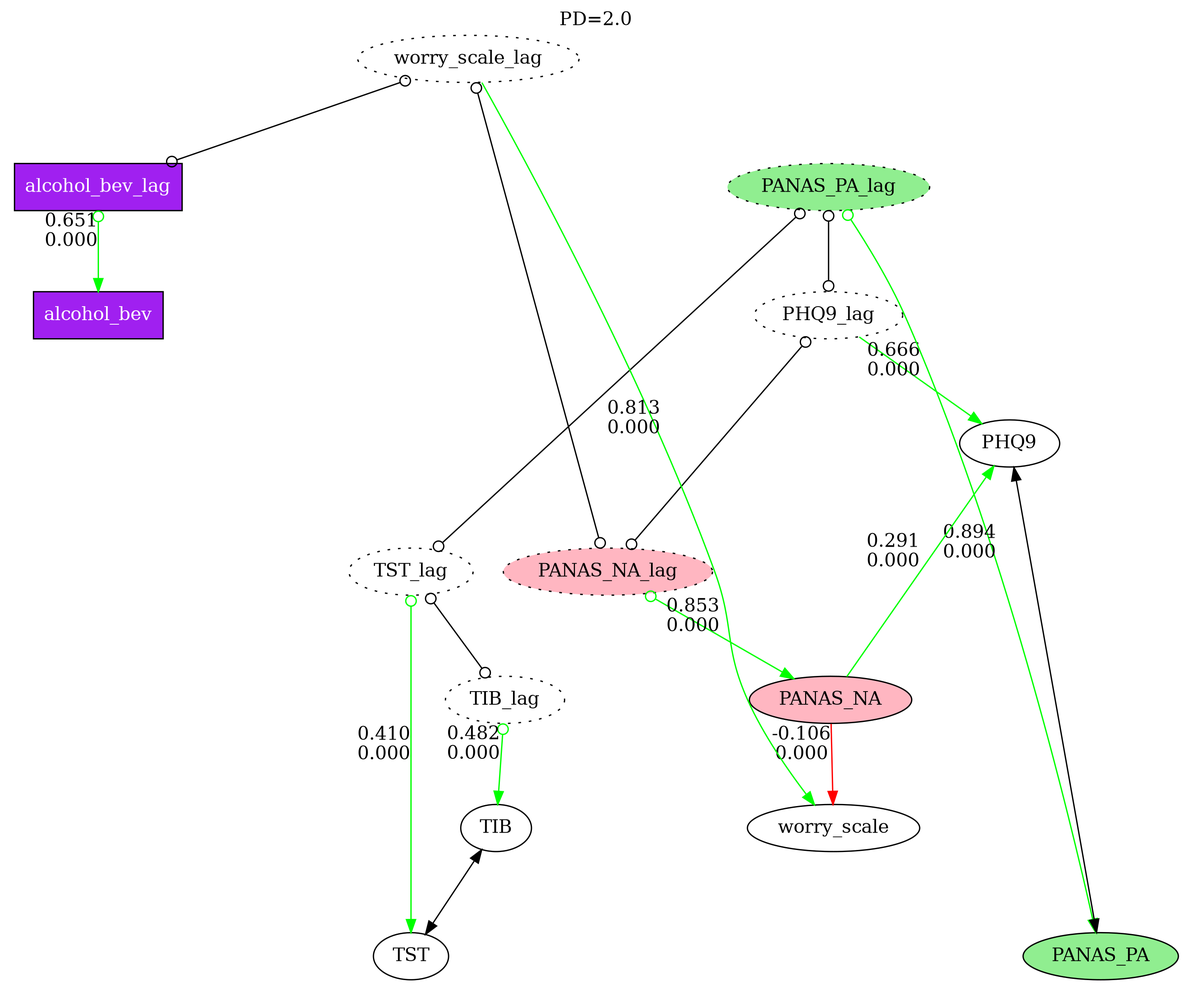
Before: paired_graph_pd2.png, a diagram exported from Graphviz (kelvinlim/fastcda). Its source is kept beside it as paired_graph_pd2.dot.
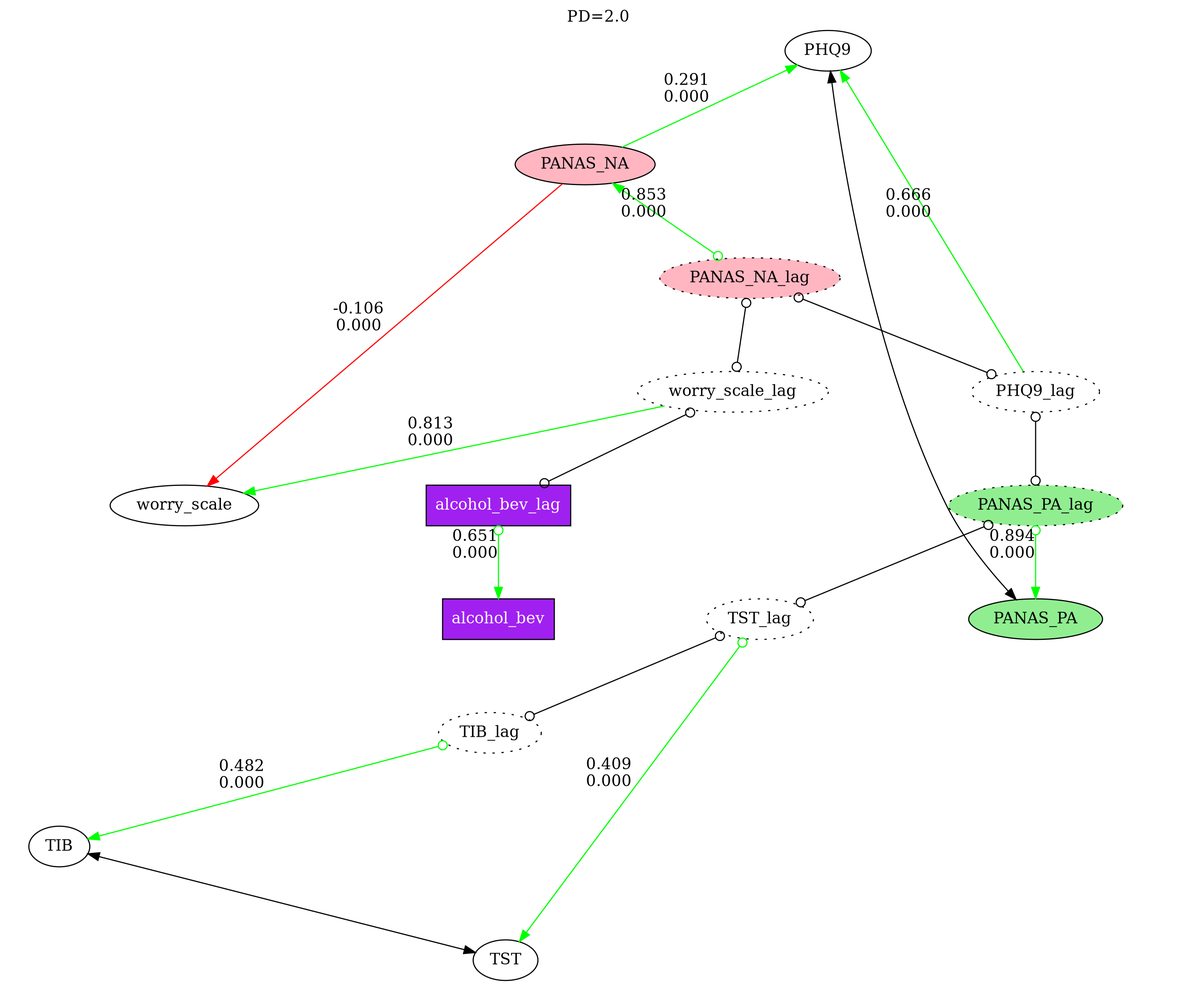
Above is the later version.

What changed in the source:
```diff
@@ -1,32 +1,32 @@
 digraph {
 	node [color=black shape=oval]
 	dpi=300
-	PHQ9_lag -> PANAS_PA_lag [label="" arrowhead=odot arrowtail=odot color=black dir=both]
-	PANAS_PA_lag -> PANAS_PA [label="0.894
+	worry_scale_lag -> worry_scale [label="0.813
+0.000" arrowhead=normal arrowtail=none color=green dir=both]
+	PHQ9_lag -> PANAS_NA_lag [label="" arrowhead=odot arrowtail=odot color=black dir=both]
+	TST_lag -> TIB_lag [label="" arrowhead=odot arrowtail=odot color=black dir=both]
+	TIB -> TST [label="" arrowhead=normal arrowtail=normal color=black dir=both]
+	PANAS_PA -> PHQ9 [label="" arrowhead=normal arrowtail=normal color=black dir=both]
+	PHQ9_lag -> PHQ9 [label="0.666
+0.000" arrowhead=normal arrowtail=none color=green dir=both]
+	PANAS_PA_lag -> PHQ9_lag [label="" arrowhead=odot arrowtail=odot color=black dir=both]
+	TIB_lag -> TIB [label="0.482
 0.000" arrowhead=normal arrowtail=odot color=green dir=both]
 	alcohol_bev_lag -> alcohol_bev [label="0.651
 0.000" arrowhead=normal arrowtail=odot color=green dir=both]
+	PANAS_NA_lag -> worry_scale_lag [label="" arrowhead=odot arrowtail=odot color=black dir=both]
+	PANAS_NA -> worry_scale [label="-0.106
+0.000" arrowhead=normal arrowtail=none color=red dir=both]
+	PANAS_NA_lag -> PANAS_NA [label="0.853
+0.000" arrowhead=normal arrowtail=odot color=green dir=both]
+	TST_lag -> TST [label="0.409
+0.000" arrowhead=normal arrowtail=odot color=green dir=both]
+	worry_scale_lag -> alcohol_bev_lag [label="" arrowhead=odot arrowtail=odot color=black dir=both]
 	PANAS_NA -> PHQ9 [label="0.291
 0.000" arrowhead=normal arrowtail=none color=green dir=both]
-	PANAS_NA -> worry_scale [label="-0.106
-0.000" arrowhead=normal arrowtail=none color=red dir=both]
-	TIB_lag -> TIB [label="0.482
+	PANAS_PA_lag -> TST_lag [label="" arrowhead=odot arrowtail=odot color=black dir=both]
+	PANAS_PA_lag -> PANAS_PA [label="0.894
 0.000" arrowhead=normal arrowtail=odot color=green dir=both]
-	TST_lag -> TST [label="0.410
-0.000" arrowhead=normal arrowtail=odot color=green dir=both]
-	TIB -> TST [label="" arrowhead=normal arrowtail=normal color=black dir=both]
-	PANAS_NA_lag -> PANAS_NA [label="0.853
-0.000" arrowhead=normal arrowtail=odot color=green dir=both]
-	TIB_lag -> TST_lag [label="" arrowhead=odot arrowtail=odot color=black dir=both]
-	PANAS_PA -> PHQ9 [label="" arrowhead=normal arrowtail=normal color=black dir=both]
-	PHQ9_lag -> PHQ9 [label="0.666
-0.000" arrowhead=normal arrowtail=none color=green dir=both]
-	worry_scale_lag -> worry_scale [label="0.813
-0.000" arrowhead=normal arrowtail=none color=green dir=both]
-	worry_scale_lag -> alcohol_bev_lag [label="" arrowhead=odot arrowtail=odot color=black dir=both]
-	PHQ9_lag -> PANAS_NA_lag [label="" arrowhead=odot arrowtail=odot color=black dir=both]
-	PANAS_PA_lag -> TST_lag [label="" arrowhead=odot arrowtail=odot color=black dir=both]
-	PANAS_NA_lag -> worry_scale_lag [label="" arrowhead=odot arrowtail=odot color=black dir=both]
 	PANAS_NA [fillcolor=lightpink style=filled]
 	PANAS_NA_lag [fillcolor=lightpink style="filled,dotted"]
 	PANAS_PA [fillcolor=lightgreen style=filled]
@@ -37,20 +37,20 @@
 	alcohol_bev [fillcolor=purple fontcolor=white shape=box style=filled]
 	alcohol_bev_lag [fillcolor=purple fontcolor=white shape=box style=filled]
 	worry_scale_lag [style=dotted]
-	alcohol_bev_lag [pos="1.1555,12.25!"]
-	alcohol_bev [pos="1.1555,10.25!"]
-	TIB_lag [pos="6.8638,4.25!"]
-	TST_lag [pos="5.5443,6.25!"]
-	PANAS_PA_lag [pos="11.405,12.25!"]
-	PHQ9_lag [pos="11.405,10.25!"]
-	worry_scale_lag [pos="6.3499,14.25!"]
-	PANAS_NA_lag [pos="8.3082,6.25!"]
-	TIB [pos="6.7388,2.25!"]
-	TST [pos="5.5443,0.25!"]
-	PANAS_PA [pos="15.225,0.25!"]
-	PANAS_NA [pos="11.433,4.25!"]
-	worry_scale [pos="11.475,2.25!"]
-	PHQ9 [pos="13.947,8.25!"]
+	PHQ9 [pos="8.7222,16.25!"]
+	PANAS_NA [pos="6.3472,14.25!"]
+	worry_scale_lag [pos="7.7917,10.25!"]
+	worry_scale [pos="2.4306,8.25!"]
+	TIB [pos="1.2083,2.25!"]
+	PANAS_PA_lag [pos="10.75,8.25!"]
+	TST [pos="5.5694,0.25!"]
+	PANAS_NA_lag [pos="7.9583,12.25!"]
+	TST_lag [pos="8.0556,6.25!"]
+	PANAS_PA [pos="10.75,6.25!"]
+	TIB_lag [pos="5.4167,4.25!"]
+	PHQ9_lag [pos="10.75,10.25!"]
+	alcohol_bev_lag [pos="5.5,8.25!"]
+	alcohol_bev [pos="5.5,6.25!"]
 	overlap=false splines=true
 	ratio=fill size="10,8!"
 	fontsize=14 label="PD=2.0" labelloc=t
```
